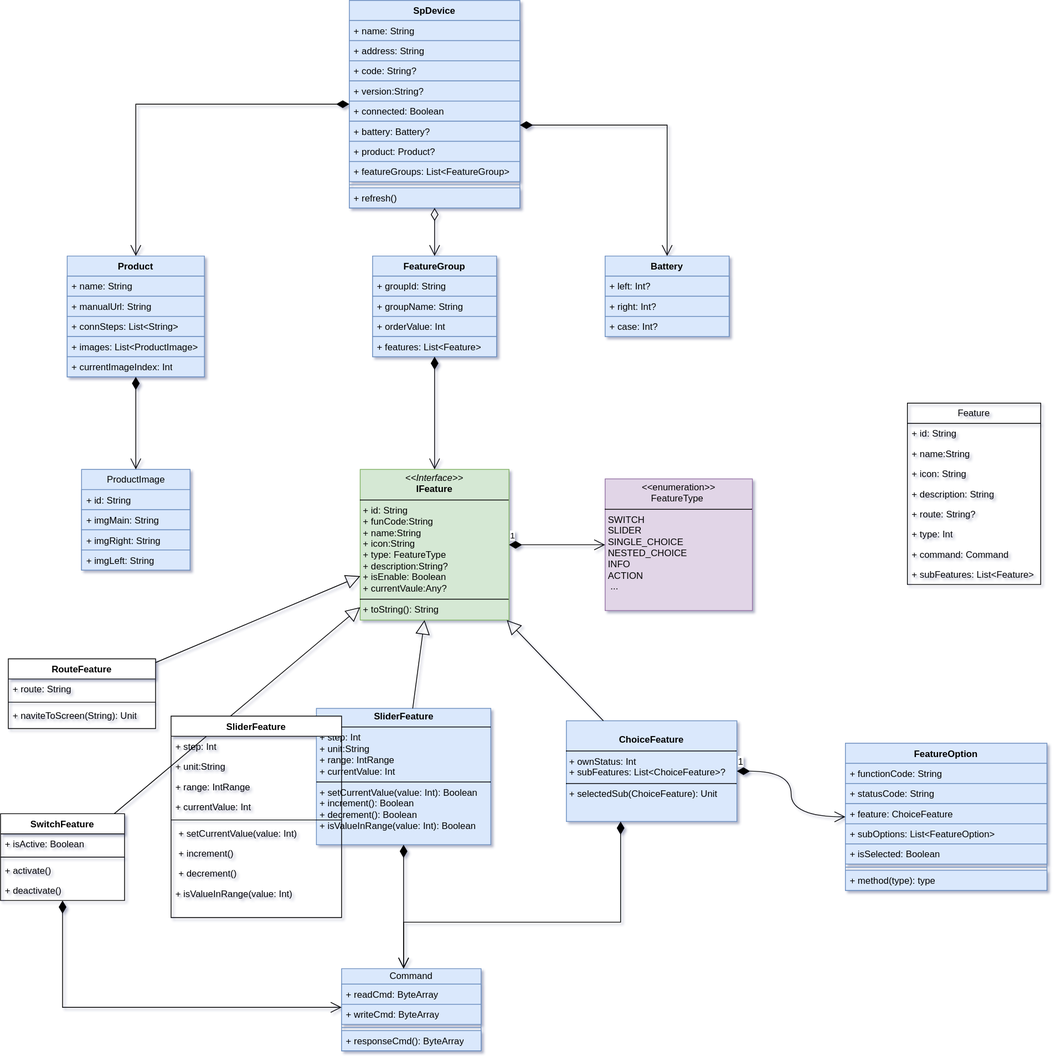
Before: sp-device.drawio.svg, a diagram exported from draw.io (kekemao00/draw-libs). Source tidied: cells renumbered, new cells last; positions are measured from the earlier drawing's top-left corner, leaving out a move shared by most shapes.
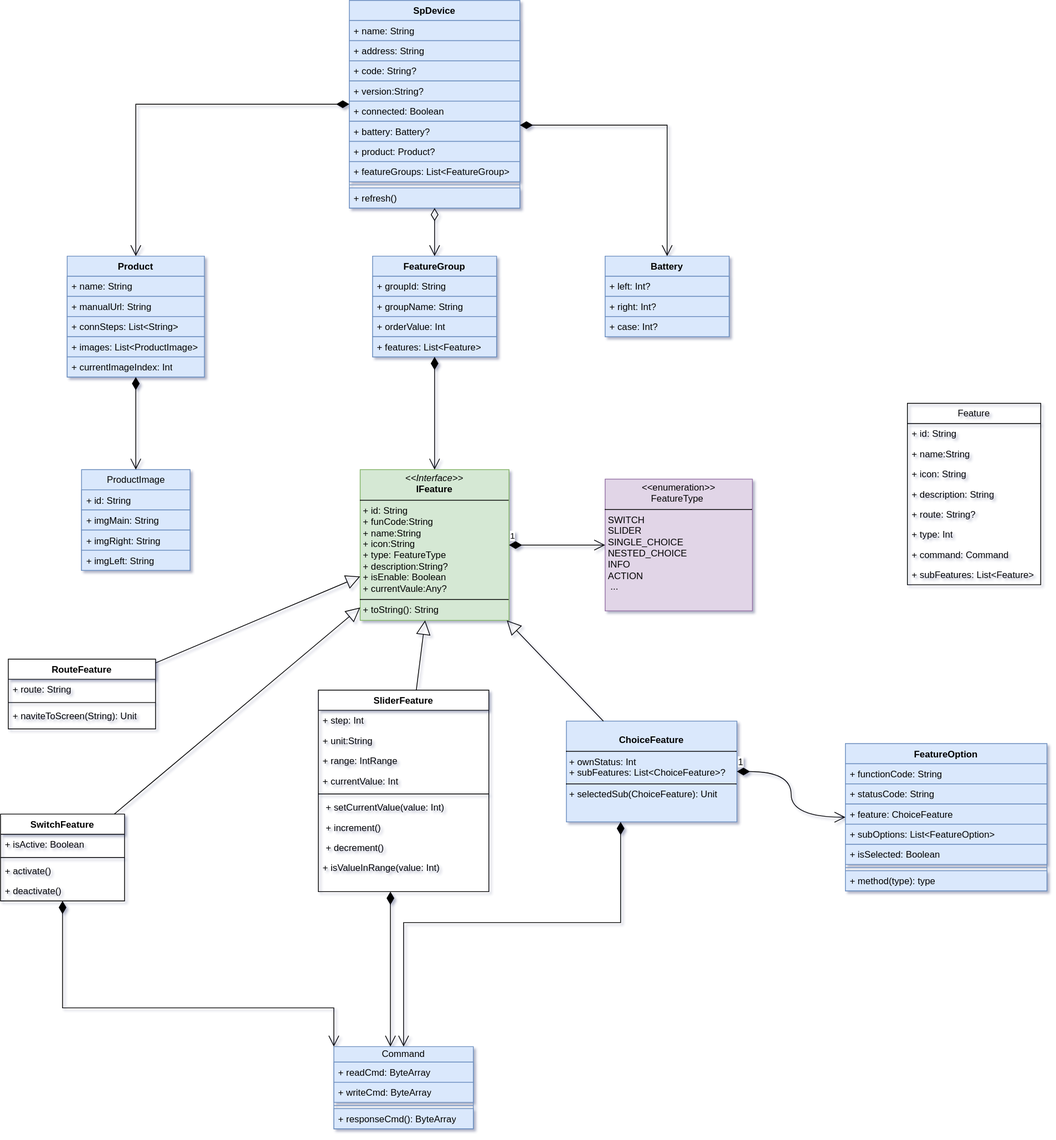
The same file after the commit.

The edit, as a diff of the source:
```diff
@@ -123,7 +123,7 @@
       <mxGeometry y="208" width="172" height="26" as="geometry" />
     </mxCell>
     <mxCell id="42" value="Command" style="swimlane;fontStyle=0;horizontal=1;startSize=20;fillColor=#dae8fc;whiteSpace=wrap;html=1;strokeColor=#6c8ebf;" parent="1" vertex="1">
-      <mxGeometry x="440" y="1250" width="180" height="106" as="geometry" />
+      <mxGeometry x="430" y="1350" width="180" height="106" as="geometry" />
     </mxCell>
     <mxCell id="43" value="+ readCmd: ByteArray" style="text;strokeColor=#6c8ebf;fillColor=#dae8fc;align=left;verticalAlign=top;spacingLeft=4;spacingRight=4;overflow=hidden;whiteSpace=wrap;html=1;" parent="42" vertex="1">
       <mxGeometry y="20" width="180" height="26" as="geometry" />
@@ -143,9 +143,6 @@
     <mxCell id="48" value="&lt;p style=&quot;margin:0px;margin-top:4px;text-align:center;&quot;&gt;&lt;br&gt;&lt;b&gt;ChoiceFeature&lt;/b&gt;&lt;/p&gt;&lt;hr size=&quot;1&quot; style=&quot;border-style:solid;&quot;&gt;&lt;p style=&quot;margin:0px;margin-left:4px;&quot;&gt;+ ownStatus: Int&lt;br&gt;+ subFeatures: List&amp;lt;ChoiceFeature&amp;gt;?&lt;/p&gt;&lt;hr size=&quot;1&quot; style=&quot;border-style:solid;&quot;&gt;&lt;p style=&quot;margin:0px;margin-left:4px;&quot;&gt;+ selectedSub(ChoiceFeature): Unit&lt;br&gt;&lt;/p&gt;" style="verticalAlign=top;align=left;overflow=fill;html=1;whiteSpace=wrap;fillColor=#dae8fc;strokeColor=#6c8ebf;" parent="1" vertex="1">
       <mxGeometry x="730" y="930" width="220" height="130" as="geometry" />
     </mxCell>
-    <mxCell id="49" value="&lt;p style=&quot;margin:0px;margin-top:4px;text-align:center;&quot;&gt;&lt;b&gt;SliderFeature&lt;/b&gt;&lt;/p&gt;&lt;hr size=&quot;1&quot; style=&quot;border-style:solid;&quot;&gt;&lt;p style=&quot;margin:0px;margin-left:4px;&quot;&gt;+&amp;nbsp;step: Int&lt;br&gt;+ unit:String&lt;br&gt;+ range: IntRange&lt;br&gt;+&amp;nbsp;currentValue: Int&lt;br&gt;&lt;/p&gt;&lt;hr size=&quot;1&quot; style=&quot;border-style:solid;&quot;&gt;&lt;p style=&quot;margin:0px;margin-left:4px;&quot;&gt;+ setCurrentValue(value: Int): Boolean&lt;/p&gt;&lt;p style=&quot;margin:0px;margin-left:4px;&quot;&gt;+ increment(): Boolean&lt;/p&gt;&lt;p style=&quot;margin:0px;margin-left:4px;&quot;&gt;+ decrement(): Boolean&lt;/p&gt;&lt;p style=&quot;margin:0px;margin-left:4px;&quot;&gt;+ isValueInRange(value: Int): Boolean&lt;/p&gt;" style="verticalAlign=top;align=left;overflow=fill;html=1;whiteSpace=wrap;fillColor=#dae8fc;strokeColor=#6c8ebf;" parent="1" vertex="1">
-      <mxGeometry x="407.5" y="914" width="225" height="176" as="geometry" />
-    </mxCell>
     <mxCell id="50" style="endArrow=open;html=1;endSize=12;startArrow=diamondThin;startSize=14;startFill=1;edgeStyle=orthogonalEdgeStyle;align=left;verticalAlign=bottom;rounded=0;" parent="1" edge="1" source="2" target="13">
       <mxGeometry x="-1" y="3" relative="1" as="geometry">
         <Array as="points">
@@ -172,7 +169,7 @@
     <mxCell id="56" style="endArrow=block;endSize=16;endFill=0;html=1;rounded=0;" parent="1" edge="1" source="77" target="47">
       <mxGeometry relative="1" as="geometry" />
     </mxCell>
-    <mxCell id="57" style="endArrow=block;endSize=16;endFill=0;html=1;rounded=0;" parent="1" edge="1" source="49" target="47">
+    <mxCell id="57" style="endArrow=block;endSize=16;endFill=0;html=1;rounded=0;" parent="1" edge="1" source="82" target="47">
       <mxGeometry x="0.01" relative="1" as="geometry" />
     </mxCell>
     <mxCell id="58" style="endArrow=block;endSize=16;endFill=0;html=1;rounded=0;" parent="1" edge="1" source="48" target="47">
@@ -190,14 +187,15 @@
       <mxGeometry x="-1" y="3" relative="1" as="geometry">
         <Array as="points">
           <mxPoint x="80" y="1300" />
+          <mxPoint x="430" y="1300" />
         </Array>
       </mxGeometry>
     </mxCell>
-    <mxCell id="61" style="endArrow=open;html=1;endSize=12;startArrow=diamondThin;startSize=14;startFill=1;edgeStyle=orthogonalEdgeStyle;align=left;verticalAlign=bottom;rounded=0;" parent="1" edge="1" source="49" target="42">
+    <mxCell id="61" style="endArrow=open;html=1;endSize=12;startArrow=diamondThin;startSize=14;startFill=1;edgeStyle=orthogonalEdgeStyle;align=left;verticalAlign=bottom;rounded=0;" parent="1" edge="1" source="82" target="42">
       <mxGeometry x="-1" y="3" relative="1" as="geometry">
         <Array as="points">
-          <mxPoint x="503" y="1090" />
-          <mxPoint x="503" y="1090" />
+          <mxPoint x="503" y="1190" />
+          <mxPoint x="503" y="1190" />
         </Array>
       </mxGeometry>
     </mxCell>
@@ -262,7 +260,7 @@
       <mxGeometry y="86" width="160" height="26" as="geometry" />
     </mxCell>
     <mxCell id="82" value="SliderFeature" style="swimlane;fontStyle=1;align=center;verticalAlign=top;horizontal=1;startSize=26;whiteSpace=wrap;html=1;" parent="1" vertex="1">
-      <mxGeometry x="220" y="924" width="220" height="260" as="geometry" />
+      <mxGeometry x="410" y="890" width="220" height="260" as="geometry" />
     </mxCell>
     <mxCell id="83" value="+&amp;nbsp;step: Int" style="text;strokeColor=none;fillColor=none;align=left;verticalAlign=top;spacingLeft=4;spacingRight=4;overflow=hidden;whiteSpace=wrap;html=1;" parent="82" vertex="1">
       <mxGeometry y="26" width="220" height="26" as="geometry" />
```
